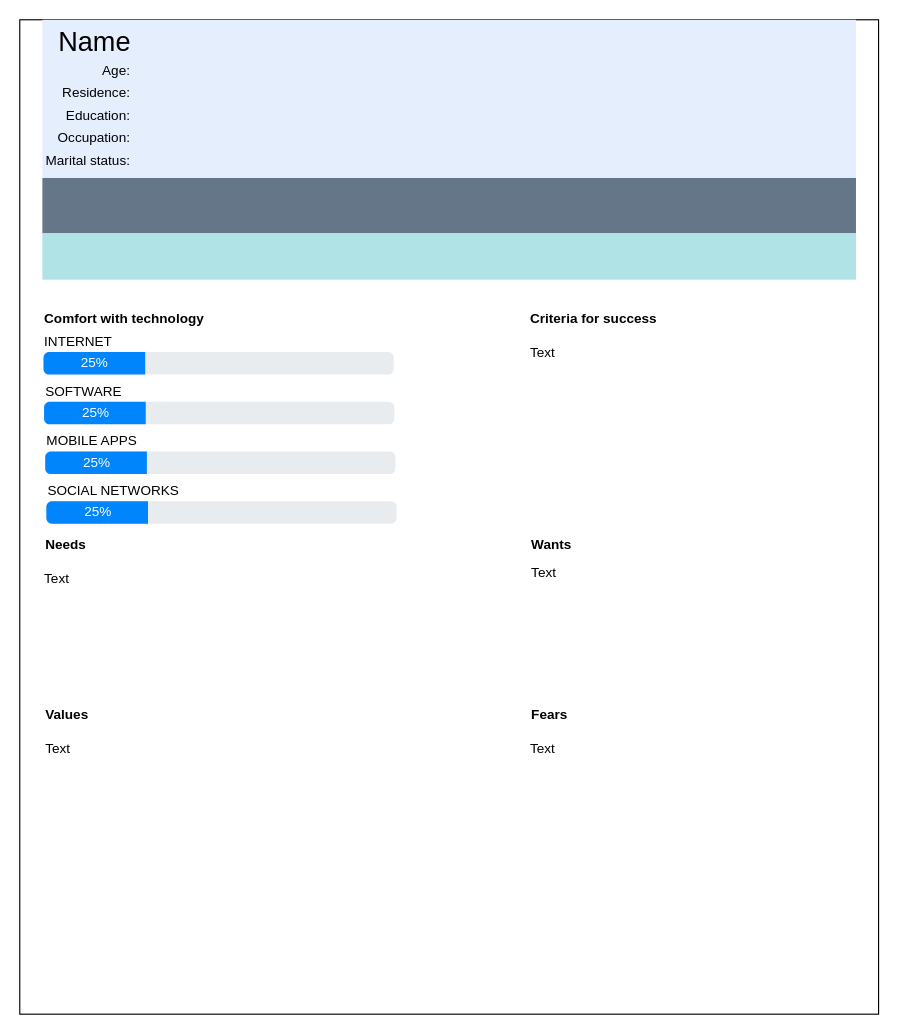
Before: project/Persona1.drawio in josura/HCI, a draw.io diagram. Source tidied: cells renumbered, new cells numbered last; positions are measured from the earlier drawing's top-left corner, leaving out a move shared by most shapes. Both pictures are drawn from the tidied source at 113%, with x=0, y=0 at pixel (19, 19).
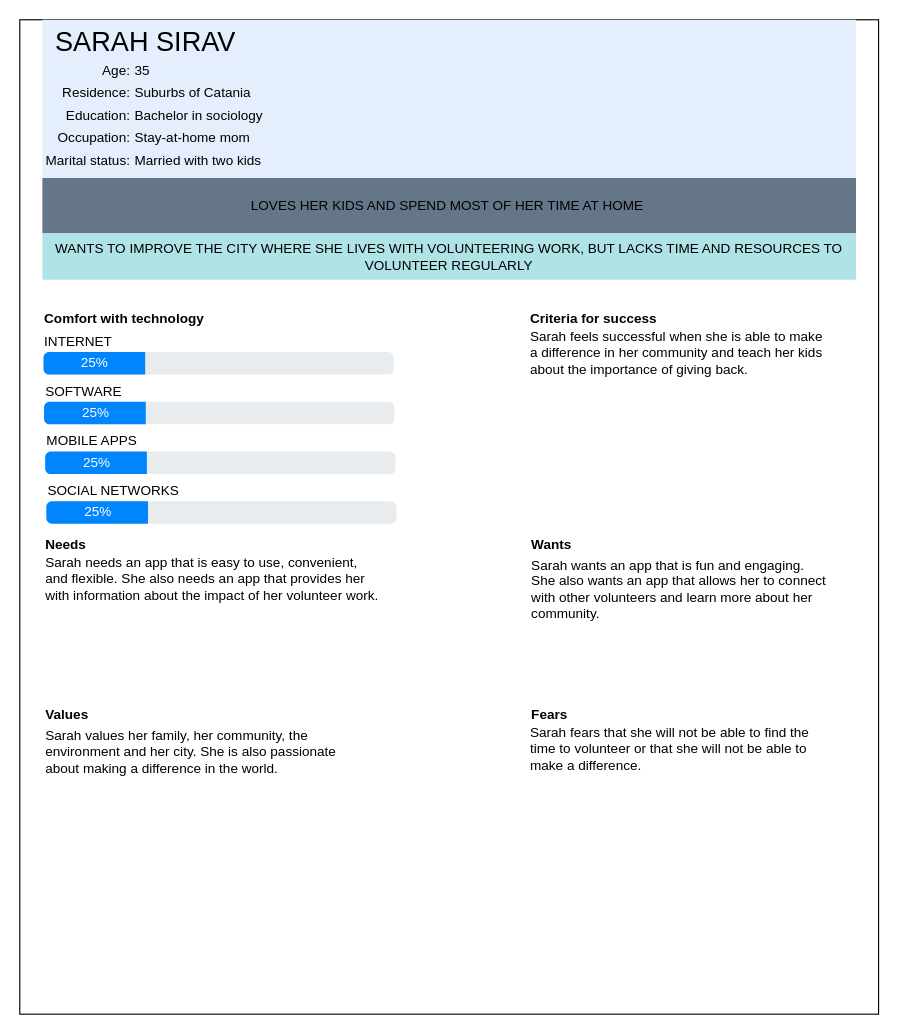
The same diagram, later.

The edit, as a diff of the source:
```diff
@@
-    <mxCell id="4" value="&lt;font style=&quot;font-size: 24px;&quot;&gt;Name&lt;/font&gt;" style="text;html=1;align=center;verticalAlign=middle;strokeColor=none;fillColor=none;" parent="1" vertex="1">
-      <mxGeometry x="21" width="90" height="40" as="geometry" />
+    <mxCell id="4" value="&lt;font style=&quot;font-size: 24px;&quot;&gt;SARAH SIRAV&lt;/font&gt;" style="text;html=1;align=center;verticalAlign=middle;strokeColor=none;fillColor=none;" parent="1" vertex="1">
+      <mxGeometry x="21" width="180" height="40" as="geometry" />
     </mxCell>
@@
-    <mxCell id="6" style="rounded=0;whiteSpace=wrap;html=1;fillColor=#b0e3e6;strokeColor=none;" parent="1" vertex="1">
+    <mxCell id="6" value="&lt;span style=&quot;color: rgb(0, 0, 0); font-family: Helvetica; font-size: 12px; font-style: normal; font-variant-ligatures: normal; font-variant-caps: normal; font-weight: 400; letter-spacing: normal; orphans: 2; text-align: center; text-indent: 0px; text-transform: none; widows: 2; word-spacing: 0px; -webkit-text-stroke-width: 0px; text-decoration-thickness: initial; text-decoration-style: initial; text-decoration-color: initial; float: none; display: inline !important;&quot;&gt;WANTS TO IMPROVE THE CITY WHERE SHE LIVES WITH VOLUNTEERING WORK, BUT LACKS TIME AND RESOURCES TO VOLUNTEER REGULARLY&lt;/span&gt;" style="rounded=0;whiteSpace=wrap;html=1;fillColor=#b0e3e6;strokeColor=none;" parent="1" vertex="1">
       <mxGeometry x="20" y="189" width="720" height="41" as="geometry" />
     </mxCell>
@@
-    <mxCell id="30" value="Text" style="text;html=1;align=left;verticalAlign=middle;strokeColor=none;fillColor=none;" parent="1" vertex="1">
-      <mxGeometry x="20" y="480" width="50" height="30" as="geometry" />
+    <mxCell id="30" value="Sarah needs an app that is easy to use, convenient, &lt;br&gt;and flexible. She also needs an app that provides her &lt;br&gt;with information about the impact of her volunteer work." style="text;html=1;align=left;verticalAlign=middle;strokeColor=none;fillColor=none;" parent="1" vertex="1">
+      <mxGeometry x="20.5" y="465" width="320" height="60" as="geometry" />
     </mxCell>
-    <mxCell id="31" value="Text" style="text;html=1;align=left;verticalAlign=middle;strokeColor=none;fillColor=none;" parent="1" vertex="1">
-      <mxGeometry x="451" y="475" width="50" height="30" as="geometry" />
+    <mxCell id="31" value="Sarah wants an app that is fun and engaging. &lt;br&gt;She also wants an app that allows her to connect &lt;br&gt;with other volunteers and learn more about her &lt;br&gt;community." style="text;html=1;align=left;verticalAlign=middle;strokeColor=none;fillColor=none;" parent="1" vertex="1">
+      <mxGeometry x="451" y="469" width="280" height="70" as="geometry" />
     </mxCell>
-    <mxCell id="32" value="Text" style="text;html=1;align=left;verticalAlign=middle;strokeColor=none;fillColor=none;" parent="1" vertex="1">
-      <mxGeometry x="450" y="280" width="50" height="30" as="geometry" />
+    <mxCell id="32" value="Sarah feels successful when she is able to make &lt;br&gt;a difference in her community and teach her kids &lt;br&gt;about the importance of giving back." style="text;html=1;align=left;verticalAlign=middle;strokeColor=none;fillColor=none;" parent="1" vertex="1">
+      <mxGeometry x="450" y="265" width="280" height="60" as="geometry" />
     </mxCell>
-    <mxCell id="33" value="Text" style="text;html=1;align=left;verticalAlign=middle;strokeColor=none;fillColor=none;" parent="1" vertex="1">
-      <mxGeometry x="450" y="630" width="50" height="30" as="geometry" />
+    <mxCell id="33" value="Sarah fears that she will not be able to find the &lt;br&gt;time to volunteer or that she will not be able to &lt;br&gt;make a difference." style="text;html=1;align=left;verticalAlign=middle;strokeColor=none;fillColor=none;" parent="1" vertex="1">
+      <mxGeometry x="450" y="615" width="270" height="60" as="geometry" />
     </mxCell>
-    <mxCell id="34" value="Text" style="text;html=1;align=left;verticalAlign=middle;strokeColor=none;fillColor=none;" parent="1" vertex="1">
-      <mxGeometry x="21" y="630" width="50" height="30" as="geometry" />
+    <mxCell id="34" value="Sarah values her family, her community, the &lt;br&gt;environment and her city. She is also passionate &lt;br&gt;about making a difference in the world." style="text;html=1;align=left;verticalAlign=middle;strokeColor=none;fillColor=none;" parent="1" vertex="1">
+      <mxGeometry x="21" y="618" width="280" height="60" as="geometry" />
     </mxCell>
+    <mxCell id="35" value="35" style="text;html=1;align=left;verticalAlign=middle;strokeColor=none;fillColor=none;" parent="1" vertex="1">
+      <mxGeometry x="100" y="30" width="40" height="30" as="geometry" />
+    </mxCell>
+    <mxCell id="36" value="Suburbs of Catania" style="text;html=1;align=left;verticalAlign=middle;strokeColor=none;fillColor=none;" parent="1" vertex="1">
+      <mxGeometry x="100" y="50" width="130" height="30" as="geometry" />
+    </mxCell>
+    <mxCell id="37" value="Bachelor in sociology" style="text;html=1;align=left;verticalAlign=middle;strokeColor=none;fillColor=none;" parent="1" vertex="1">
+      <mxGeometry x="100" y="70" width="140" height="30" as="geometry" />
+    </mxCell>
+    <mxCell id="38" value="Stay-at-home mom" style="text;html=1;align=left;verticalAlign=middle;strokeColor=none;fillColor=none;" parent="1" vertex="1">
+      <mxGeometry x="100" y="90" width="130" height="30" as="geometry" />
+    </mxCell>
+    <mxCell id="39" value="Married with two kids" style="text;html=1;align=left;verticalAlign=middle;strokeColor=none;fillColor=none;" parent="1" vertex="1">
+      <mxGeometry x="100" y="110" width="140" height="30" as="geometry" />
+    </mxCell>
+    <mxCell id="40" value="&lt;font style=&quot;font-size: 12px;&quot;&gt;LOVES HER KIDS AND SPEND MOST OF HER TIME AT HOME&lt;/font&gt;" style="text;html=1;align=center;verticalAlign=middle;strokeColor=none;fillColor=none;" parent="1" vertex="1">
+      <mxGeometry x="193" y="149.5" width="370" height="30" as="geometry" />
+    </mxCell>
```
